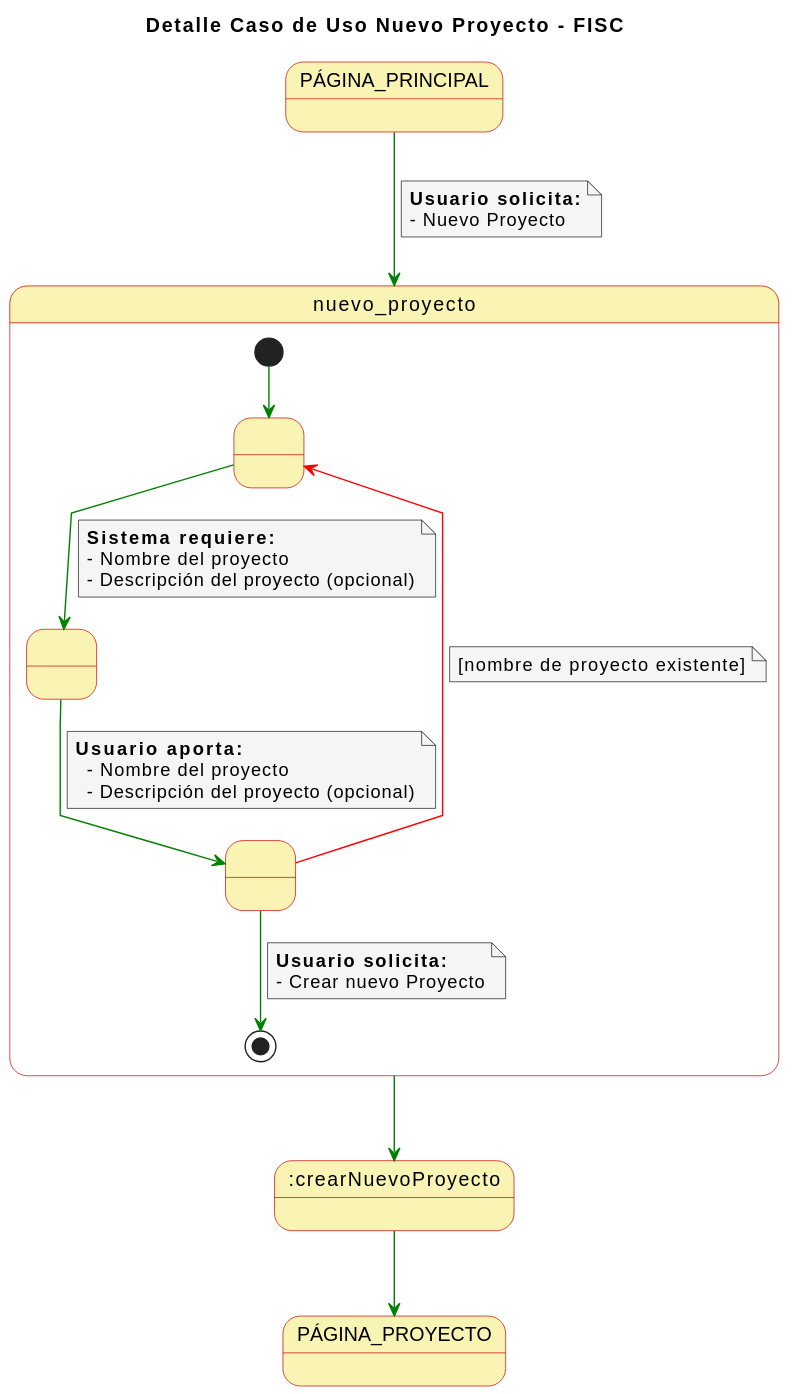
This is imagenes/casosDeUso/detallesCasosUso/detalleCasoUsoNuevoProyecto.svg from mmasias/23-24-IdSw1-SDR, a PlantUML export, as it was before one commit. Its diagram source:
```plantuml
@startuml
skinparam state {
  BackgroundColor #faf4b4
  BorderColor #c90000
}

skinparam note {
  BackgroundColor #f5f5f5
}

skinparam linetype polyline

title Detalle Caso de Uso Nuevo Proyecto - FISC


PÁGINA_PRINCIPAL-[#green]-> nuevo_proyecto
note on link
  **Usuario solicita:**
  - Nuevo Proyecto
end note

state nuevo_proyecto{
  state 1 as " "
  state 2 as " "
  state 3 as " "

  [*] -[#green]->1
  1 -[#green]-> 2
  note on link
      **Sistema requiere:**
      - Nombre del proyecto
      - Descripción del proyecto (opcional)
  end note
  2 -[#green]-> 3
  note on link
    **Usuario aporta:**
      - Nombre del proyecto
      - Descripción del proyecto (opcional)
  end note
  3 -[#red]-> 1
  note on link
    [nombre de proyecto existente]
  end note
  3 -[#green]-> [*]
   note on link
     **Usuario solicita:**
     - Crear nuevo Proyecto
   end note

}

nuevo_proyecto-[#green]-> :crearNuevoProyecto

:crearNuevoProyecto -[#green]-> PÁGINA_PROYECTO
@enduml
```
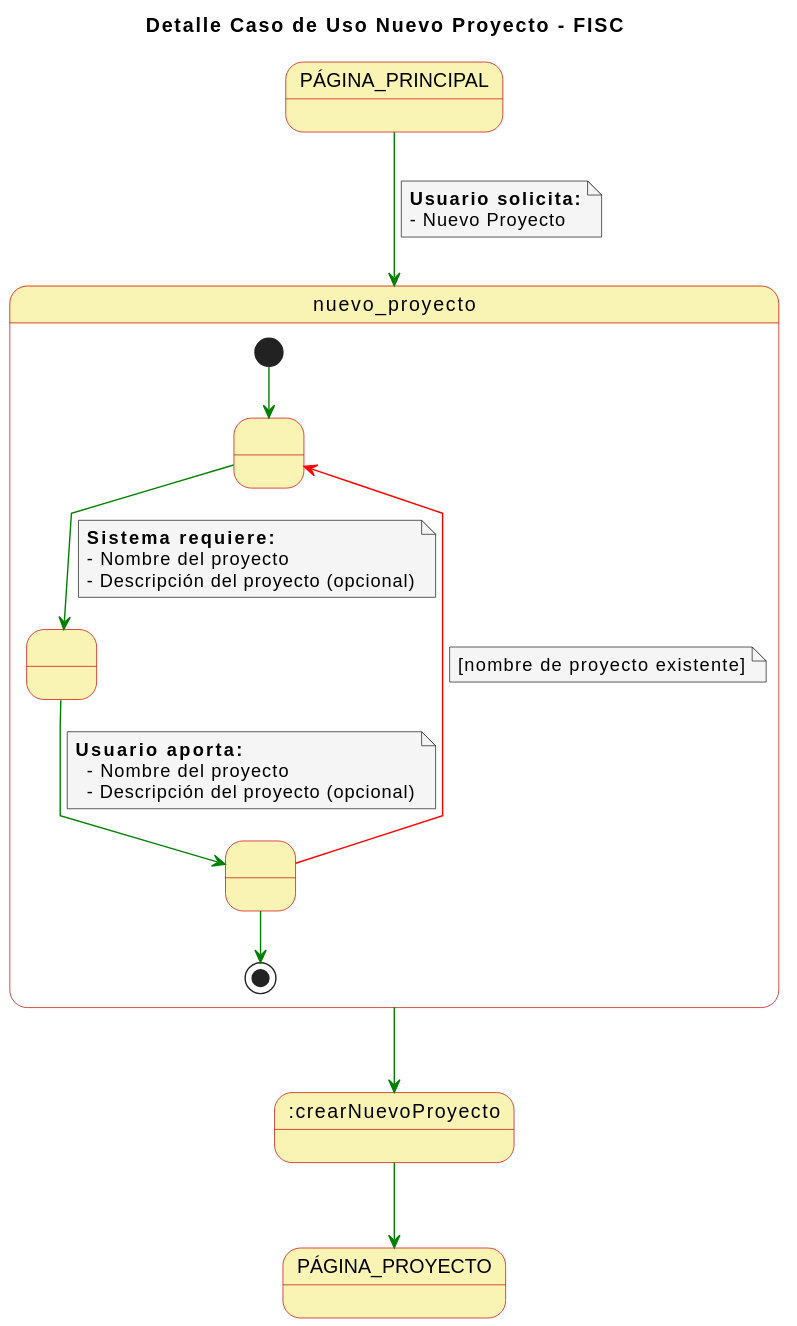
The same diagram one commit later.

What changed in the source:
```diff
@@ -42,11 +42,6 @@
     [nombre de proyecto existente]
   end note
   3 -[#green]-> [*]
-   note on link
-     **Usuario solicita:**
-     - Crear nuevo Proyecto
-   end note
-
 }
 
 nuevo_proyecto-[#green]-> :crearNuevoProyecto
```
